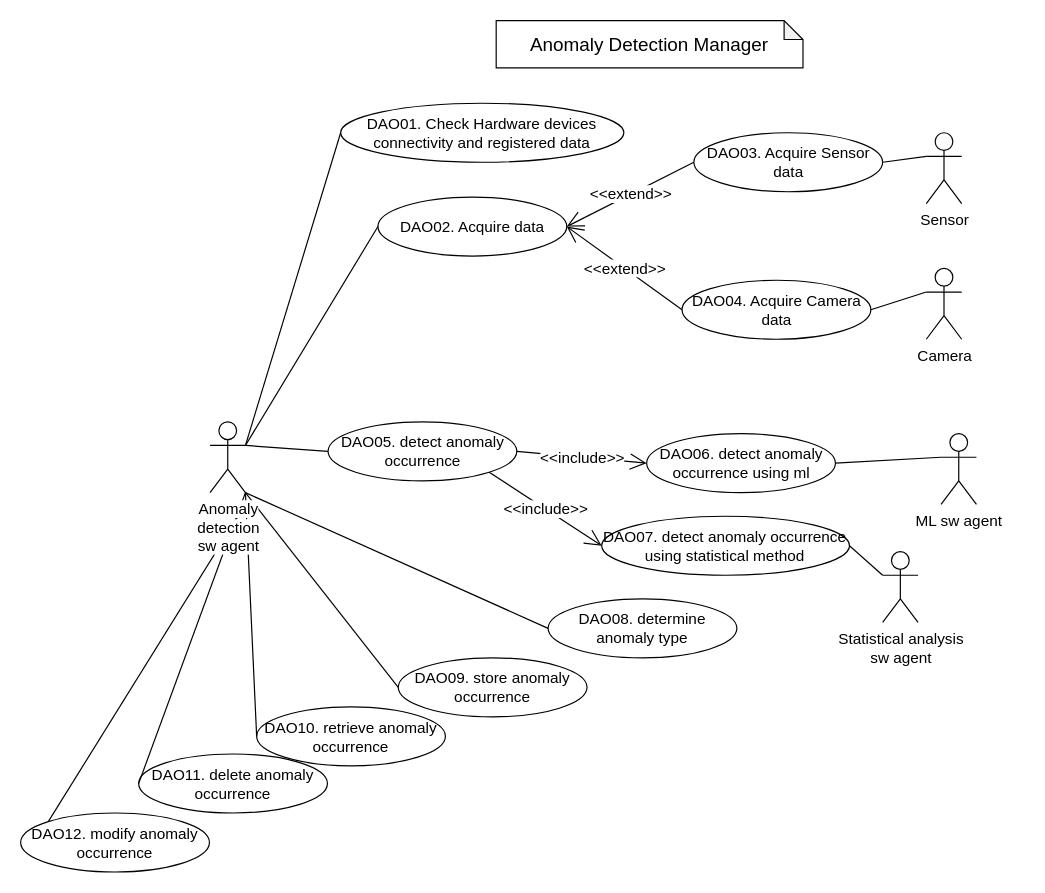
This is detail_control_flow.drawio from ShineSoYoung/TEST, a draw.io file, before an edit. Source tidied: cells renumbered, new cells numbered last; positions are measured from the earlier drawing's top-left corner, leaving out a move shared by most shapes. Both pictures are drawn from the tidied source at 118%, with x=0, y=0 at pixel (20, 20).
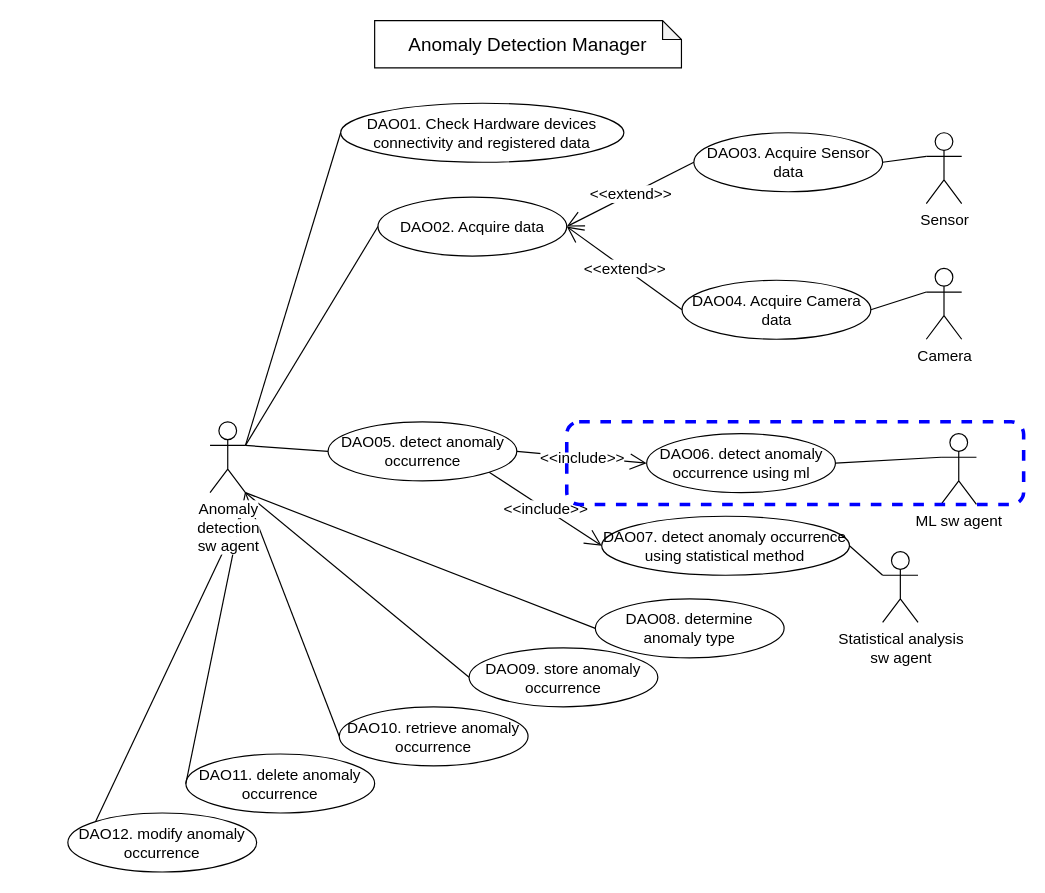
Above is the later version.

Diff of the diagram source:
```diff
@@
     <mxCell id="11" value="DAO10. retrieve anomaly occurrence" style="ellipse;whiteSpace=wrap;html=1;fontSize=13;" parent="1" vertex="1">
-      <mxGeometry x="200" y="581.5" width="160" height="50" as="geometry" />
+      <mxGeometry x="270" y="581.5" width="160" height="50" as="geometry" />
     </mxCell>
     <mxCell id="12" value="DAO11. delete anomaly occurrence" style="ellipse;whiteSpace=wrap;html=1;fontSize=13;" parent="1" vertex="1">
-      <mxGeometry x="100" y="621.5" width="160" height="50" as="geometry" />
+      <mxGeometry x="140" y="621.5" width="160" height="50" as="geometry" />
     </mxCell>
     <mxCell id="13" value="DAO12. modify anomaly occurrence" style="ellipse;whiteSpace=wrap;html=1;fontSize=13;" parent="1" vertex="1">
-      <mxGeometry y="671.5" width="160" height="50" as="geometry" />
+      <mxGeometry x="40" y="671.5" width="160" height="50" as="geometry" />
     </mxCell>
@@
     <mxCell id="22" value="DAO08. determine &lt;br style=&quot;font-size: 13px;&quot;&gt;anomaly type" style="ellipse;whiteSpace=wrap;html=1;fontSize=13;" parent="1" vertex="1">
-      <mxGeometry x="447" y="490" width="160" height="50" as="geometry" />
+      <mxGeometry x="487" y="490" width="160" height="50" as="geometry" />
     </mxCell>
     <mxCell id="23" value="DAO09. store anomaly occurrence" style="ellipse;whiteSpace=wrap;html=1;fontSize=13;" parent="1" vertex="1">
-      <mxGeometry x="320" y="540" width="160" height="50" as="geometry" />
+      <mxGeometry x="380" y="531.5" width="160" height="50" as="geometry" />
     </mxCell>
@@
     <mxCell id="35" value="&lt;font style=&quot;font-size: 16px;&quot;&gt;Anomaly Detection Manager&lt;/font&gt;" style="shape=note;whiteSpace=wrap;html=1;backgroundOutline=1;darkOpacity=0.05;size=16;" parent="1" vertex="1">
-      <mxGeometry x="403" width="260" height="40" as="geometry" />
+      <mxGeometry x="300" width="260" height="40" as="geometry" />
     </mxCell>
+    <mxCell id="36" style="rounded=1;whiteSpace=wrap;html=1;fillColor=none;strokeColor=#0000ff;dashed=1;strokeWidth=3;" parent="1" vertex="1">
+      <mxGeometry x="462.8" y="340" width="387.2" height="70" as="geometry" />
+    </mxCell>
```
